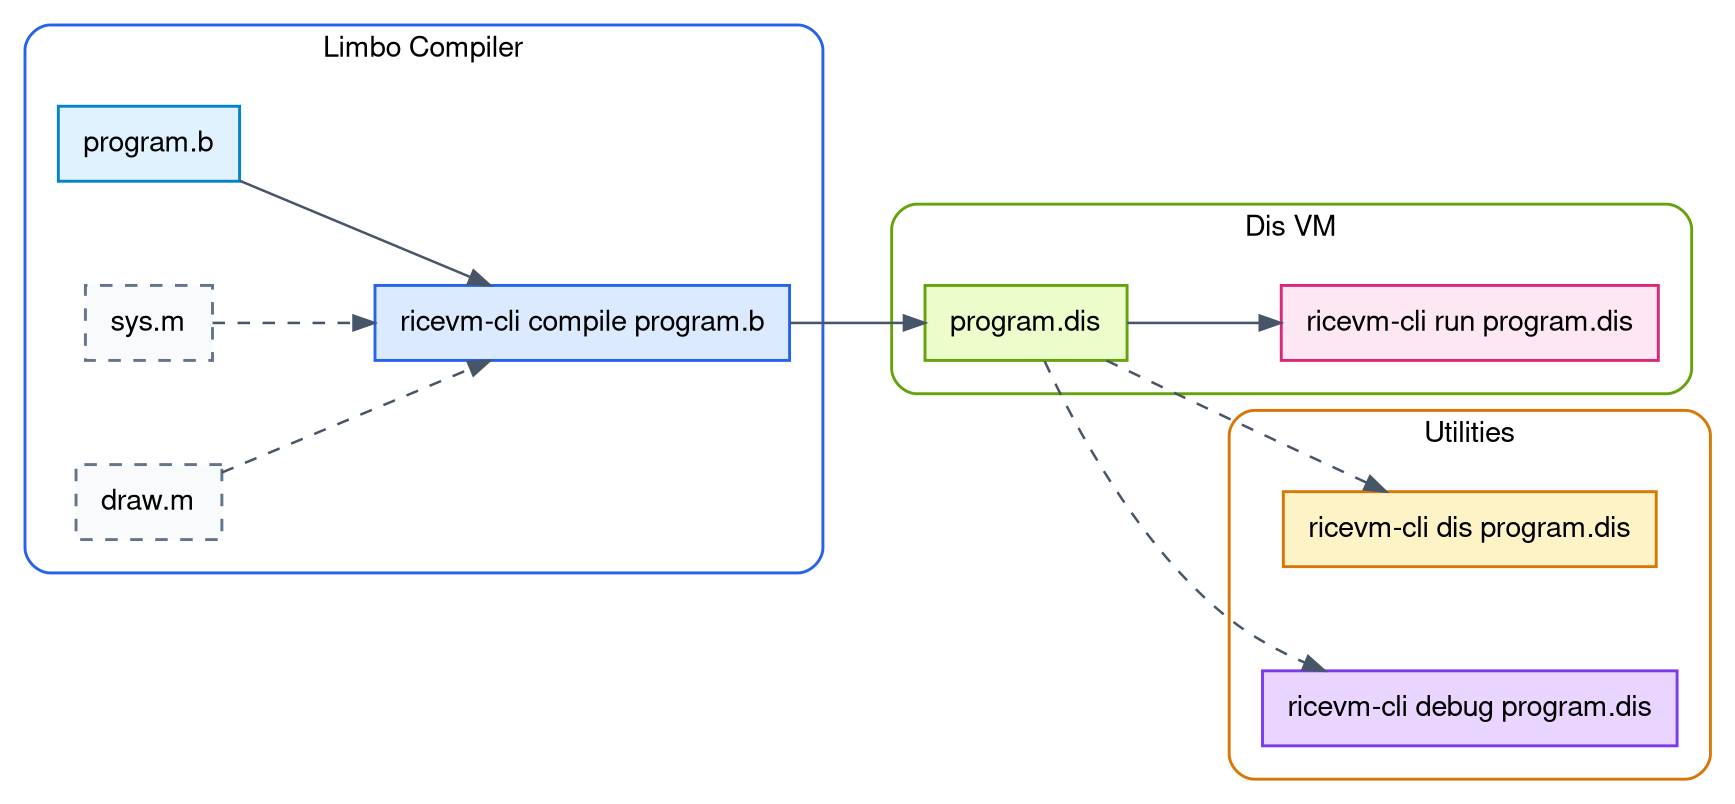
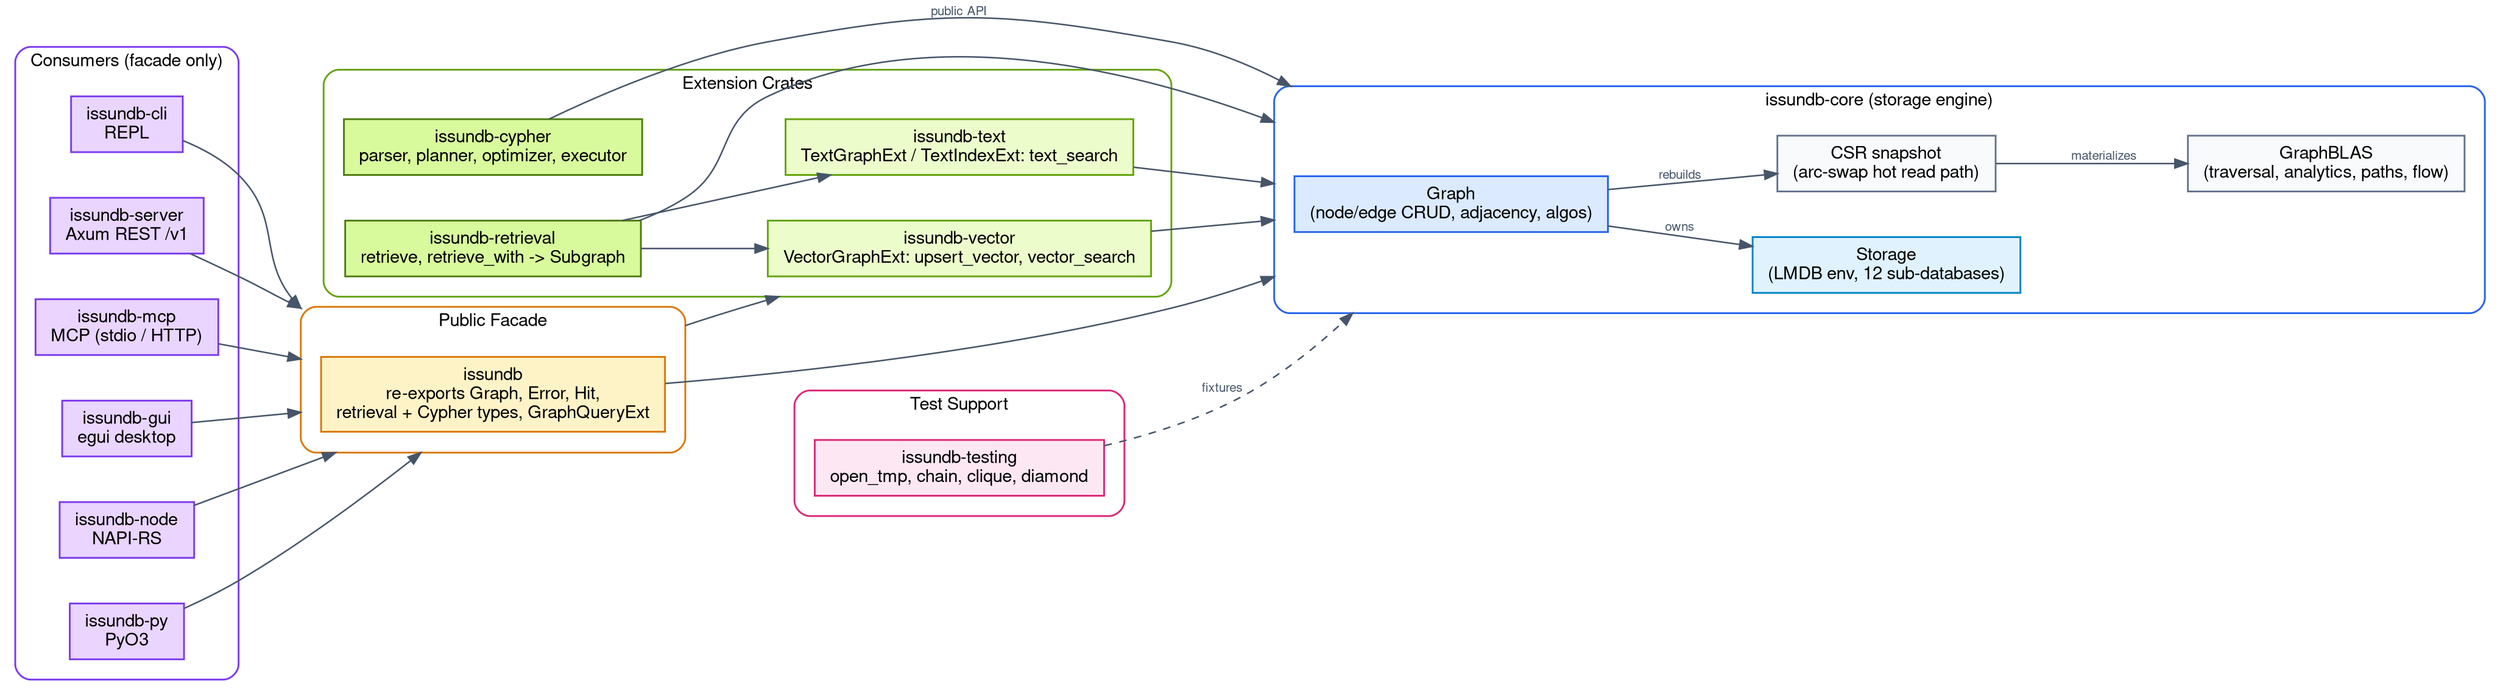
- digraph RiceVMLimboWorkflow {
+ digraph IssunDBArchitecture {
    fontname = "Helvetica,Arial,sans-serif"
    layout = dot
    rankdir = LR
-     ranksep = 0.9
-     nodesep = 0.7
+     ranksep = 1.1
+     nodesep = 0.5
    splines = true
    bgcolor = "white"
    compound = true

    node [
    fontname = "Helvetica,Arial,sans-serif",
    shape = rect,
    style = "filled",
    color = "#475569",
    fillcolor = "white",
    penwidth = 1.4,
    margin = "0.16,0.10"
    ]

    edge [
    fontname = "Helvetica,Arial,sans-serif",
    fontsize = 10,
    color = "#475569",
    fontcolor = "#475569",
    penwidth = 1.2
    ]

-     subgraph cluster_limbo_compiler {
-     label = "Limbo Compiler"
+     // ---------------------------------------------------------------
+     // Storage engine: the foundation crate.
+     // ---------------------------------------------------------------
+     subgraph cluster_core {
+     label = "issundb-core (storage engine)"
    fontname = "Helvetica,Arial,sans-serif"
    fontsize = 14
    style = "rounded"
    color = "#2563EB"
    penwidth = 1.4
    margin = 16

-     program_b [label = "program.b", fillcolor = "#E0F2FE", color = "#0284C7"]
-     sys_m [label = "sys.m", fillcolor = "#F8FAFC", color = "#64748B", style = "filled,dashed"]
-     draw_m [label = "draw.m", fillcolor = "#F8FAFC", color = "#64748B", style = "filled,dashed"]
-     compile_cmd [label = "ricevm-cli compile program.b", fillcolor = "#DBEAFE", color = "#2563EB"]
+     core_graph [label = "Graph\n(node/edge CRUD, adjacency, algos)", fillcolor = "#DBEAFE", color = "#2563EB"]
+     core_storage [label = "Storage\n(LMDB env, 12 sub-databases)", fillcolor = "#E0F2FE", color = "#0284C7"]
+     core_csr [label = "CSR snapshot\n(arc-swap hot read path)", fillcolor = "#F8FAFC", color = "#64748B"]
+     core_gblas [label = "GraphBLAS\n(traversal, analytics, paths, flow)", fillcolor = "#F8FAFC", color = "#64748B"]

-     program_b -> compile_cmd
-     sys_m -> compile_cmd [style = dashed]
-     draw_m -> compile_cmd [style = dashed]
+     core_graph -> core_storage [label = "owns"]
+     core_graph -> core_csr [label = "rebuilds"]
+     core_csr -> core_gblas [label = "materializes"]
    }

-     subgraph cluster_dis_vm {
-     label = "Dis VM"
+     // ---------------------------------------------------------------
+     // Extension crates: depend on core, never on each other upward.
+     // ---------------------------------------------------------------
+     subgraph cluster_ext {
+     label = "Extension Crates"
    fontname = "Helvetica,Arial,sans-serif"
    fontsize = 14
    style = "rounded"
    color = "#65A30D"
    penwidth = 1.4
    margin = 16

-     program_dis [label = "program.dis", fillcolor = "#ECFCCB", color = "#65A30D"]
-     run_cmd [label = "ricevm-cli run program.dis", fillcolor = "#FCE7F3", color = "#DB2777"]
- 
-     program_dis -> run_cmd
+     vector [label = "issundb-vector\nVectorGraphExt: upsert_vector, vector_search", fillcolor = "#ECFCCB", color = "#65A30D"]
+     text [label = "issundb-text\nTextGraphExt / TextIndexExt: text_search", fillcolor = "#ECFCCB", color = "#65A30D"]
+     retrieval [label = "issundb-retrieval\nretrieve, retrieve_with -> Subgraph", fillcolor = "#D9F99D", color = "#4D7C0F"]
+     cypher [label = "issundb-cypher\nparser, planner, optimizer, executor", fillcolor = "#D9F99D", color = "#4D7C0F"]
    }

-     subgraph cluster_utilities {
-     label = "Utilities"
+     // ---------------------------------------------------------------
+     // Public facade.
+     // ---------------------------------------------------------------
+     subgraph cluster_facade {
+     label = "Public Facade"
    fontname = "Helvetica,Arial,sans-serif"
    fontsize = 14
    style = "rounded"
    color = "#D97706"
    penwidth = 1.4
    margin = 16

-     dis_cmd [label = "ricevm-cli dis program.dis", fillcolor = "#FEF3C7", color = "#D97706"]
-     debug_cmd [label = "ricevm-cli debug program.dis", fillcolor = "#E9D5FF", color = "#7C3AED"]
- 
-     program_dis -> dis_cmd [style = dashed]
-     program_dis -> debug_cmd [style = dashed]
+     facade [label = "issundb\nre-exports Graph, Error, Hit,\nretrieval + Cypher types, GraphQueryExt", fillcolor = "#FEF3C7", color = "#D97706"]
    }

-     compile_cmd -> program_dis
+     // ---------------------------------------------------------------
+     // Consumers: bindings, servers, tools. Facade-only.
+     // ---------------------------------------------------------------
+     subgraph cluster_consumers {
+     label = "Consumers (facade only)"
+     fontname = "Helvetica,Arial,sans-serif"
+     fontsize = 14
+     style = "rounded"
+     color = "#7C3AED"
+     penwidth = 1.4
+     margin = 16
+ 
+     cli [label = "issundb-cli\nREPL", fillcolor = "#E9D5FF", color = "#7C3AED"]
+     server [label = "issundb-server\nAxum REST /v1", fillcolor = "#E9D5FF", color = "#7C3AED"]
+     mcp [label = "issundb-mcp\nMCP (stdio / HTTP)", fillcolor = "#E9D5FF", color = "#7C3AED"]
+     gui [label = "issundb-gui\negui desktop", fillcolor = "#E9D5FF", color = "#7C3AED"]
+     node_bind [label = "issundb-node\nNAPI-RS", fillcolor = "#E9D5FF", color = "#7C3AED"]
+     py_bind [label = "issundb-py\nPyO3", fillcolor = "#E9D5FF", color = "#7C3AED"]
+     }
+ 
+     // ---------------------------------------------------------------
+     // Test fixtures: depend on core, never imported by production.
+     // ---------------------------------------------------------------
+     subgraph cluster_testing {
+     label = "Test Support"
+     fontname = "Helvetica,Arial,sans-serif"
+     fontsize = 14
+     style = "rounded"
+     color = "#DB2777"
+     penwidth = 1.4
+     margin = 16
+ 
+     testing [label = "issundb-testing\nopen_tmp, chain, clique, diamond", fillcolor = "#FCE7F3", color = "#DB2777"]
+     }
+ 
+     // ---------------------------------------------------------------
+     // Dependency edges (point from dependent to dependency).
+     // ---------------------------------------------------------------
+     vector -> core_graph [lhead = cluster_core]
+     text -> core_graph [lhead = cluster_core]
+     retrieval -> core_graph [lhead = cluster_core]
+     retrieval -> vector
+     retrieval -> text
+     cypher -> core_graph [lhead = cluster_core, label = "public API"]
+ 
+     facade -> core_graph [lhead = cluster_core]
+     facade -> vector [ltail = cluster_facade, lhead = cluster_ext]
+ 
+     cli -> facade [lhead = cluster_facade]
+     server -> facade [lhead = cluster_facade]
+     mcp -> facade [lhead = cluster_facade]
+     gui -> facade [lhead = cluster_facade]
+     node_bind -> facade [lhead = cluster_facade]
+     py_bind -> facade [lhead = cluster_facade]
+ 
+     testing -> core_graph [lhead = cluster_core, style = dashed, label = "fixtures"]
}
